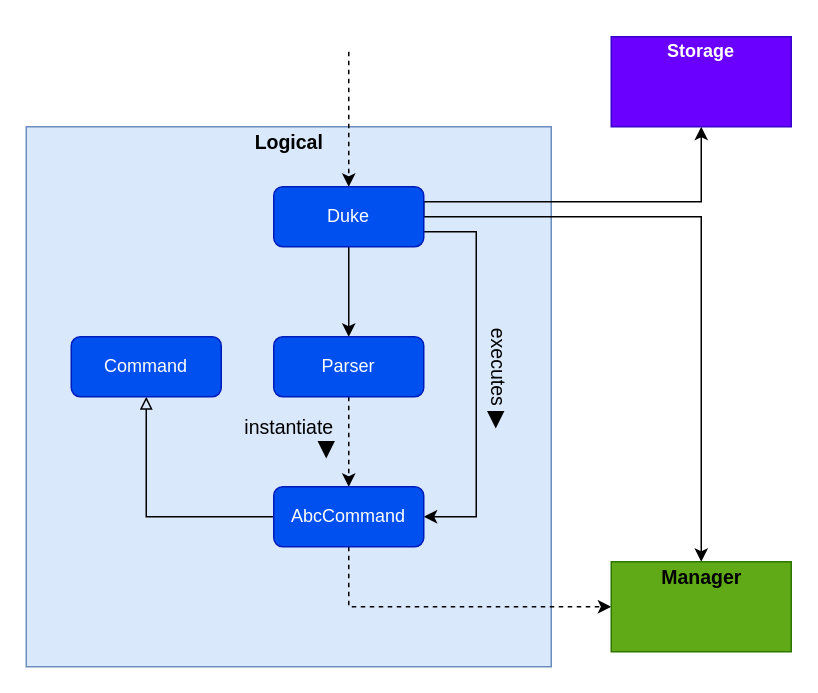
The draw.io diagram UMLdiagrams/LogicalComponentDiagrams/Logical Component Diagram.drawio in thaddyyz/tp, before the edit. Source tidied: cells renumbered, new cells numbered last; positions are measured from the earlier drawing's top-left corner, leaving out a move shared by most shapes. Both pictures are drawn from the tidied source at 150%, with x=0, y=0 at pixel (26, 28).
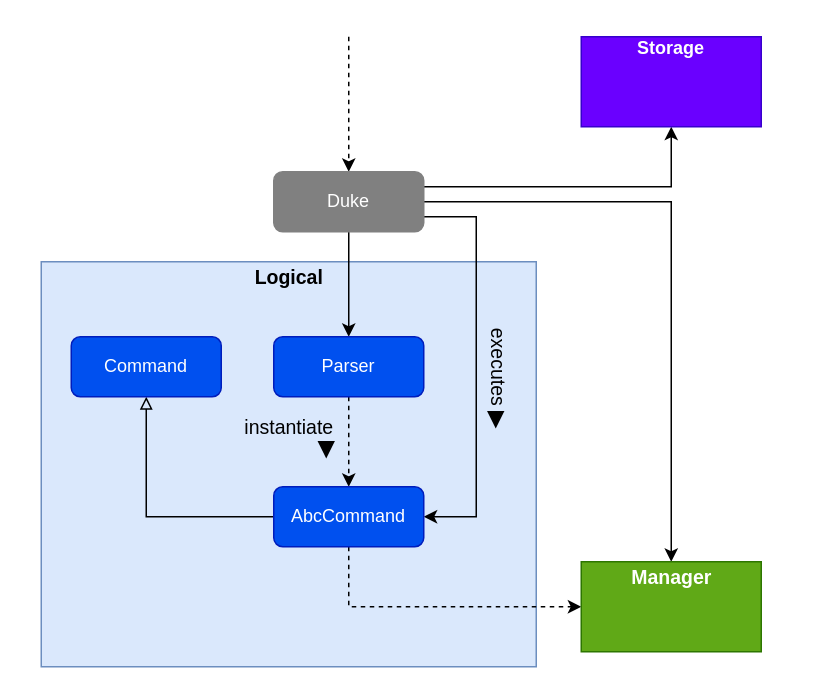
The same page after the edit.

Unchanged cells that the change refers to:
```xml
<mxCell id="13" value="AbcCommand" style="rounded=1;whiteSpace=wrap;html=1;fillColor=#0050ef;strokeColor=#001DBC;fontColor=#ffffff;" parent="1" vertex="1">
  <mxGeometry x="165" y="305" width="100" height="40" as="geometry" />
</mxCell>
```

What changed in the source:
```diff
@@
     <mxCell id="2" style="rounded=0;whiteSpace=wrap;html=1;fillColor=#dae8fc;strokeColor=#6c8ebf;" parent="1" vertex="1">
-      <mxGeometry y="65" width="350" height="360" as="geometry" />
+      <mxGeometry x="10" y="155" width="330" height="270" as="geometry" />
     </mxCell>
@@
     <mxCell id="4" style="edgeStyle=orthogonalEdgeStyle;rounded=0;jettySize=auto;html=1;exitX=1;exitY=0.75;exitDx=0;exitDy=0;entryX=1;entryY=0.5;entryDx=0;entryDy=0;fontSize=13;fontColor=#000000;endArrow=classic;endFill=1;" parent="1" edge="1" source="8" target="13">
       <mxGeometry relative="1" as="geometry">
         <Array as="points">
-          <mxPoint x="300" y="135" />
+          <mxPoint x="300" y="125" />
           <mxPoint x="300" y="325" />
         </Array>
       </mxGeometry>
     </mxCell>
-    <mxCell id="5" style="edgeStyle=orthogonalEdgeStyle;rounded=0;jettySize=auto;html=1;exitX=1;exitY=0.25;exitDx=0;exitDy=0;fontSize=13;fontColor=#000000;endArrow=classic;endFill=1;" parent="1" edge="1" source="8" target="15">
+    <mxCell id="5" style="edgeStyle=orthogonalEdgeStyle;rounded=0;jettySize=auto;html=1;exitX=1;exitY=0.5;exitDx=0;exitDy=0;fontSize=13;fontColor=#000000;endArrow=classic;endFill=1;" parent="1" edge="1" source="8" target="15">
       <mxGeometry relative="1" as="geometry">
         <Array as="points">
-          <mxPoint x="265" y="125" />
-          <mxPoint x="450" y="125" />
+          <mxPoint x="430" y="115" />
         </Array>
       </mxGeometry>
     </mxCell>
     <mxCell id="6" style="edgeStyle=orthogonalEdgeStyle;rounded=0;jettySize=auto;html=1;fontSize=13;fontColor=#000000;endArrow=classic;endFill=1;entryX=0.5;entryY=0;entryDx=0;entryDy=0;dashed=1;" parent="1" edge="1" target="8">
       <mxGeometry relative="1" as="geometry">
-        <mxPoint x="215" y="15" as="sourcePoint" />
+        <mxPoint x="215" y="5" as="sourcePoint" />
         <Array as="points">
           <mxPoint x="215" y="15" />
         </Array>
       </mxGeometry>
     </mxCell>
     <mxCell id="7" style="edgeStyle=orthogonalEdgeStyle;rounded=0;jettySize=auto;html=1;exitX=1;exitY=0.25;exitDx=0;exitDy=0;" parent="1" edge="1" source="8" target="22">
-      <mxGeometry relative="1" as="geometry" />
+      <mxGeometry relative="1" as="geometry">
+        <Array as="points">
+          <mxPoint x="430" y="105" />
+        </Array>
+      </mxGeometry>
     </mxCell>
-    <mxCell id="8" value="Duke" style="rounded=1;whiteSpace=wrap;html=1;fillColor=#0050ef;strokeColor=#001DBC;fontColor=#ffffff;" parent="1" vertex="1">
-      <mxGeometry x="165" y="105" width="100" height="40" as="geometry" />
+    <mxCell id="8" value="Duke" style="rounded=1;whiteSpace=wrap;html=1;fillColor=#808080;strokeColor=#808080;fontColor=#ffffff;" parent="1" vertex="1">
+      <mxGeometry x="165" y="95" width="100" height="40" as="geometry" />
     </mxCell>
@@
     <mxCell id="14" style="rounded=0;whiteSpace=wrap;html=1;fillColor=#60a917;fontColor=#ffffff;strokeColor=#2D7600;" parent="1" vertex="1">
-      <mxGeometry x="390" y="355" width="120" height="60" as="geometry" />
+      <mxGeometry x="370" y="355" width="120" height="60" as="geometry" />
     </mxCell>
-    <mxCell id="15" value="&lt;b&gt;&lt;font style=&quot;font-size: 13px&quot;&gt;Manager&lt;/font&gt;&lt;/b&gt;" style="text;html=1;align=center;verticalAlign=middle;points=[];strokeColor=none;fillColor=none;" parent="1" vertex="1">
-      <mxGeometry x="415" y="355" width="70" height="20" as="geometry" />
+    <mxCell id="15" value="&lt;b&gt;&lt;font style=&quot;font-size: 13px&quot; color=&quot;#ffffff&quot;&gt;Manager&lt;/font&gt;&lt;/b&gt;" style="text;html=1;align=center;verticalAlign=middle;points=[];strokeColor=none;fillColor=none;" parent="1" vertex="1">
+      <mxGeometry x="395" y="355" width="70" height="20" as="geometry" />
     </mxCell>
     <mxCell id="16" value="&lt;font color=&quot;#000000&quot; size=&quot;1&quot;&gt;&lt;b style=&quot;font-size: 13px&quot;&gt;Logical&lt;/b&gt;&lt;/font&gt;" style="text;html=1;align=center;verticalAlign=middle;strokeColor=none;fillColor=none;fontColor=#FFFFFF;" parent="1" vertex="1">
-      <mxGeometry x="145" y="65" width="60" height="20" as="geometry" />
+      <mxGeometry x="145" y="155" width="60" height="20" as="geometry" />
     </mxCell>
@@
     <mxCell id="22" style="rounded=0;whiteSpace=wrap;html=1;fillColor=#6a00ff;fontColor=#ffffff;strokeColor=#3700CC;" parent="1" vertex="1">
-      <mxGeometry x="390" y="5" width="120" height="60" as="geometry" />
+      <mxGeometry x="370" y="5" width="120" height="60" as="geometry" />
     </mxCell>
     <mxCell id="23" value="&lt;b&gt;&lt;font color=&quot;#ffffff&quot;&gt;Storage&lt;/font&gt;&lt;/b&gt;" style="text;html=1;strokeColor=none;fillColor=none;align=center;verticalAlign=middle;whiteSpace=wrap;rounded=0;" parent="1" vertex="1">
-      <mxGeometry x="420" width="60" height="30" as="geometry" />
+      <mxGeometry x="400" y="-2" width="60" height="30" as="geometry" />
     </mxCell>
```
